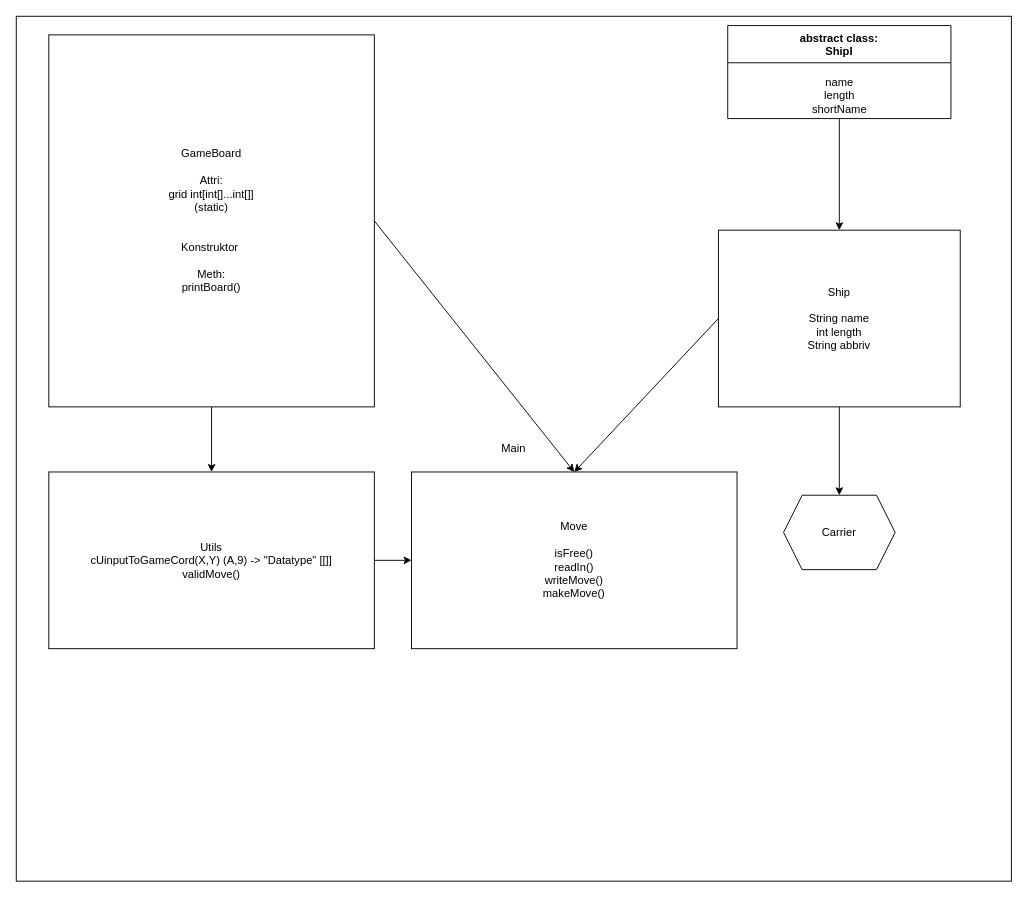
Before: SoftCon2020_Assignment_2/ClassdiagramBattleship.drawio in HuberNicolas/swc-group38, a draw.io diagram. Source tidied: cells renumbered, new cells numbered last; positions are measured from the earlier drawing's top-left corner, leaving out a move shared by most shapes. Both pictures are drawn from the tidied source at 93%, with x=0, y=0 at pixel (16, 16).
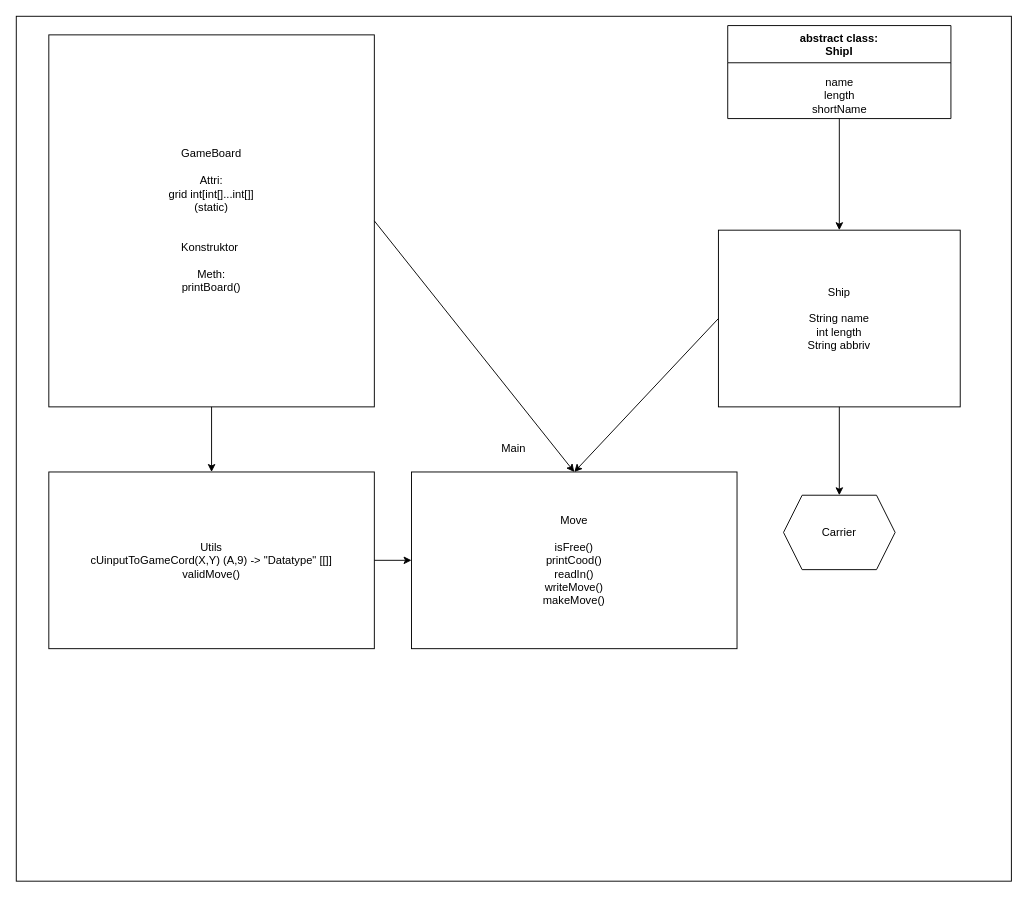
The same page after the edit.

Change to the diagram source:
```diff
@@
 <mxGraphModel>
   <root>
     <mxCell id="0" />
     <mxCell id="1" parent="0" />
     <mxCell id="2" value="Main" style="rounded=0;whiteSpace=wrap;html=1;" parent="1" vertex="1">
       <mxGeometry width="1070" height="930" as="geometry" />
     </mxCell>
     <mxCell id="3" value="GameBoard&lt;br&gt;&lt;br&gt;Attri:&lt;br&gt;grid int[int[]...int[]]&lt;br&gt;(static)&lt;br&gt;&lt;br&gt;&lt;br&gt;Konstruktor&amp;nbsp;&lt;br&gt;&lt;br&gt;Meth:&lt;br&gt;printBoard()" style="rounded=0;whiteSpace=wrap;html=1;" parent="1" vertex="1">
       <mxGeometry x="35" y="20" width="350" height="400" as="geometry" />
     </mxCell>
     <mxCell id="4" value="Ship&lt;br&gt;&lt;br&gt;String name&lt;br&gt;int length&lt;br&gt;String abbriv" style="rounded=0;whiteSpace=wrap;html=1;" parent="1" vertex="1">
       <mxGeometry x="755" y="230" width="260" height="190" as="geometry" />
     </mxCell>
     <mxCell id="5" value="Carrier" style="shape=hexagon;perimeter=hexagonPerimeter2;whiteSpace=wrap;html=1;fixedSize=1;" parent="1" vertex="1">
       <mxGeometry x="825" y="515" width="120" height="80" as="geometry" />
     </mxCell>
     <mxCell id="6" style="endArrow=classic;html=1;exitX=0.5;exitY=1;exitDx=0;exitDy=0;entryX=0.5;entryY=0;entryDx=0;entryDy=0;" parent="1" edge="1" source="4" target="5">
       <mxGeometry relative="1" as="geometry" />
     </mxCell>
     <mxCell id="7" value="Utils&lt;br&gt;cUinputToGameCord(X,Y) (A,9) -&amp;gt; &quot;Datatype&quot; [[]]&lt;br&gt;validMove()&lt;br&gt;" style="rounded=0;whiteSpace=wrap;html=1;" parent="1" vertex="1">
       <mxGeometry x="35" y="490" width="350" height="190" as="geometry" />
     </mxCell>
-    <mxCell id="8" value="Move&lt;br&gt;&lt;br&gt;isFree()&lt;br&gt;readIn()&lt;br&gt;writeMove()&lt;br&gt;makeMove()" style="rounded=0;whiteSpace=wrap;html=1;" parent="1" vertex="1">
+    <mxCell id="8" value="Move&lt;br&gt;&lt;br&gt;isFree()&lt;br&gt;printCood()&lt;br&gt;readIn()&lt;br&gt;writeMove()&lt;br&gt;makeMove()" style="rounded=0;whiteSpace=wrap;html=1;" parent="1" vertex="1">
       <mxGeometry x="425" y="490" width="350" height="190" as="geometry" />
     </mxCell>
     <mxCell id="9" style="endArrow=classic;html=1;exitX=0.5;exitY=1;exitDx=0;exitDy=0;entryX=0.5;entryY=0;entryDx=0;entryDy=0;" parent="1" edge="1" source="3" target="7">
       <mxGeometry relative="1" as="geometry" />
     </mxCell>
     <mxCell id="10" style="endArrow=classic;html=1;exitX=0.5;exitY=1;exitDx=0;exitDy=0;entryX=0.5;entryY=0;entryDx=0;entryDy=0;" parent="1" edge="1" source="14" target="4">
       <mxGeometry relative="1" as="geometry" />
     </mxCell>
     <mxCell id="11" style="endArrow=classic;html=1;exitX=0;exitY=0.5;exitDx=0;exitDy=0;entryX=0.5;entryY=0;entryDx=0;entryDy=0;" parent="1" edge="1" source="4" target="8">
       <mxGeometry relative="1" as="geometry" />
     </mxCell>
     <mxCell id="12" style="endArrow=classic;html=1;exitX=1;exitY=0.5;exitDx=0;exitDy=0;entryX=0.5;entryY=0;entryDx=0;entryDy=0;" parent="1" edge="1" source="3" target="8">
       <mxGeometry relative="1" as="geometry" />
     </mxCell>
     <mxCell id="13" style="endArrow=classic;html=1;exitX=1;exitY=0.5;exitDx=0;exitDy=0;entryX=0;entryY=0.5;entryDx=0;entryDy=0;" parent="1" edge="1" source="7" target="8">
       <mxGeometry relative="1" as="geometry" />
     </mxCell>
     <mxCell id="14" value="abstract class:&#10;ShipI" style="swimlane;startSize=40;" parent="1" vertex="1">
       <mxGeometry x="765" y="10" width="240" height="100" as="geometry" />
     </mxCell>
     <mxCell id="15" value="name&lt;br&gt;length&lt;br&gt;shortName" style="text;html=1;align=center;verticalAlign=middle;" parent="1" vertex="1">
       <mxGeometry x="850" y="60" width="70" height="50" as="geometry" />
     </mxCell>
   </root>
 </mxGraphModel>
```
